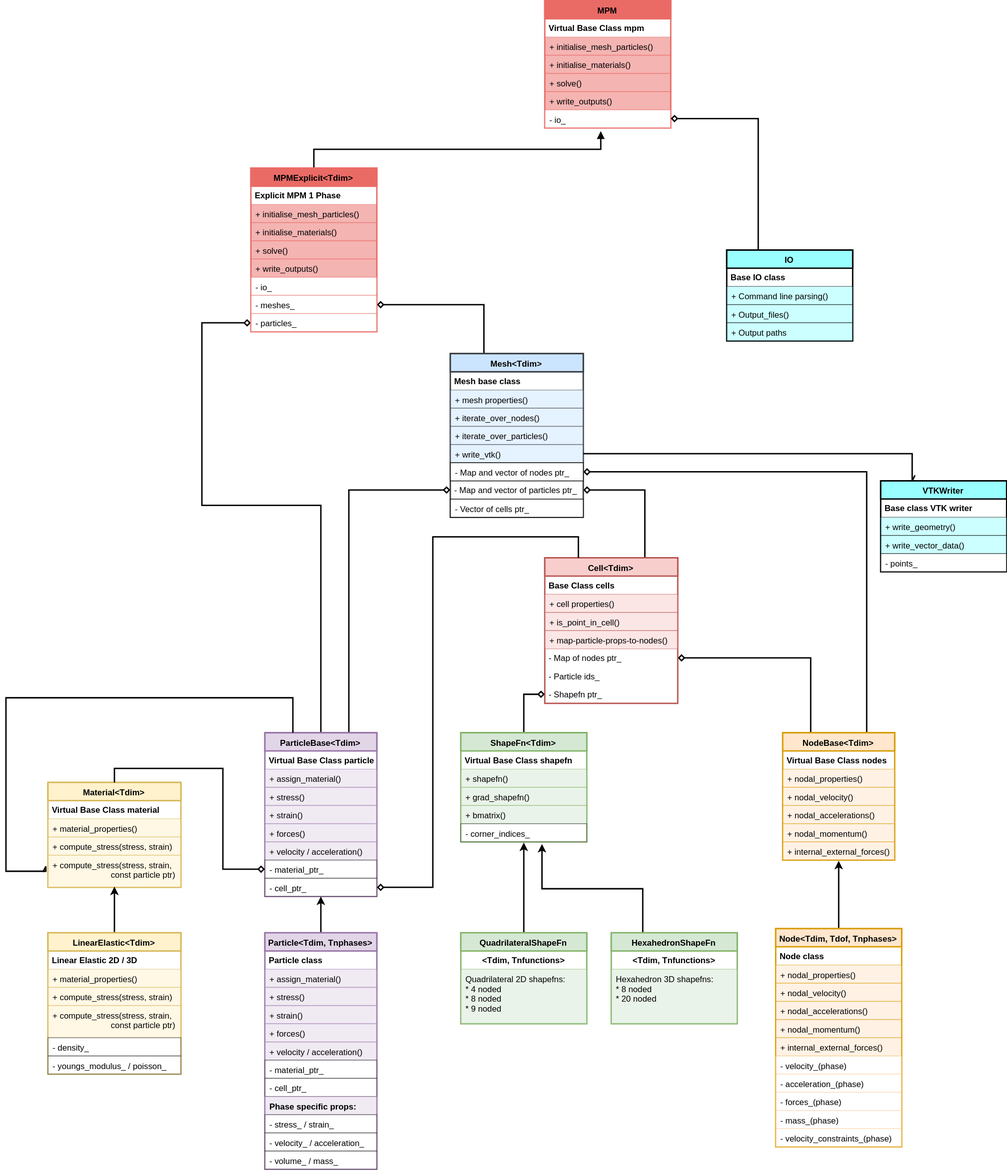
Earlier version of the draw.io export code/media/mpm.svg (cb-geo/mpm-doc). Source tidied: cells renumbered, new cells last; positions are measured from the earlier drawing's top-left corner, leaving out a move shared by most shapes.
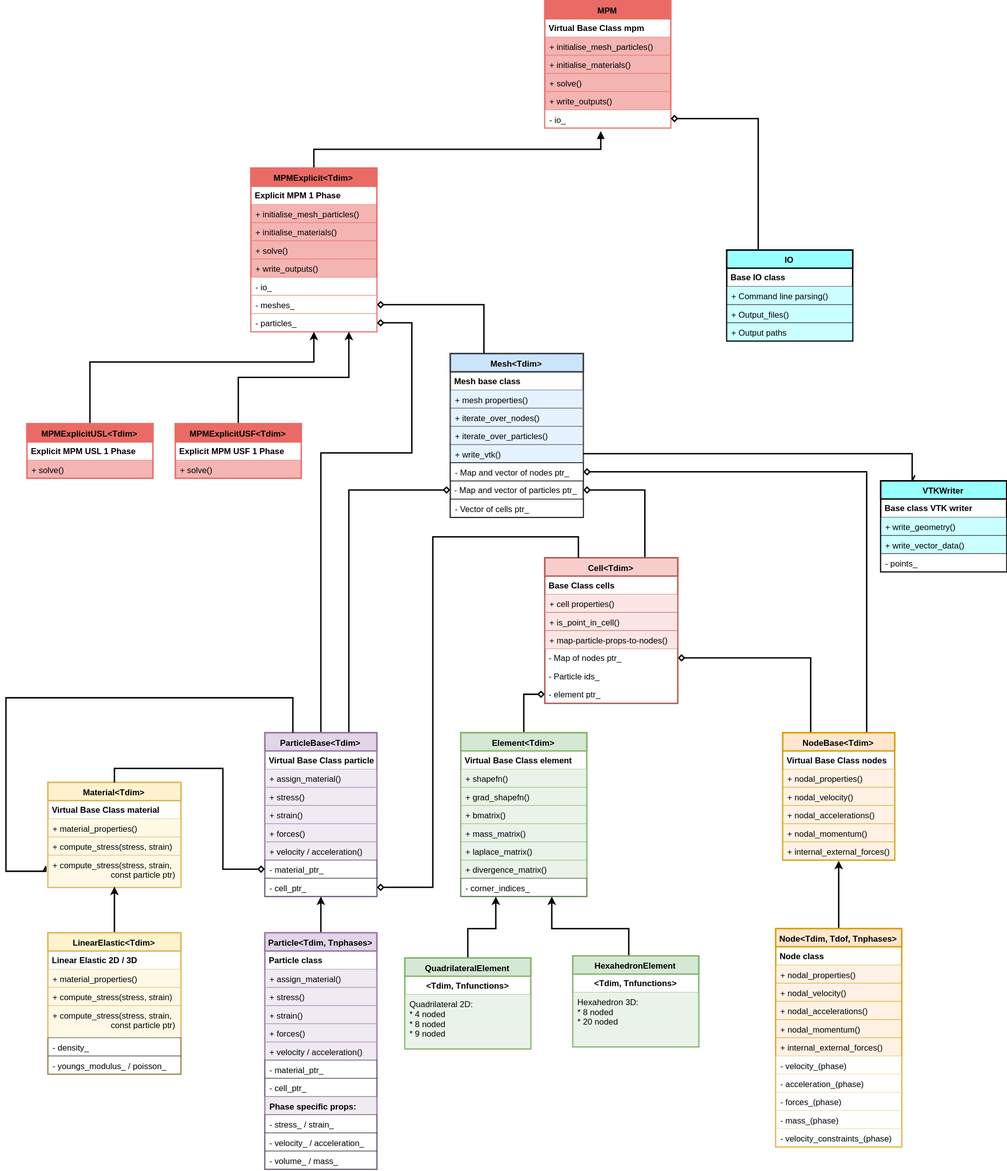
Later version of the same file.

Commit message:
:computer: MPM overview shapefn renamed to element

What changed in the source:
```diff
@@ -5,12 +5,12 @@
     <mxCell id="2" style="edgeStyle=orthogonalEdgeStyle;rounded=0;html=1;exitX=0.75;exitY=0;entryX=0;entryY=0.5;endArrow=diamond;endFill=0;jettySize=auto;strokeWidth=2;" parent="1" edge="1" source="4" target="53">
       <mxGeometry relative="1" as="geometry" />
     </mxCell>
-    <mxCell id="3" style="edgeStyle=orthogonalEdgeStyle;rounded=0;html=1;exitX=0.5;exitY=0;entryX=0;entryY=0.5;endArrow=diamond;endFill=0;jettySize=auto;strokeWidth=2;" parent="1" edge="1" source="4" target="72">
+    <mxCell id="3" style="edgeStyle=orthogonalEdgeStyle;rounded=0;html=1;exitX=0.5;exitY=0;entryX=1;entryY=0.5;endArrow=diamond;endFill=0;jettySize=auto;strokeWidth=2;" parent="1" edge="1" source="4" target="72">
       <mxGeometry relative="1" as="geometry">
         <Array as="points">
-          <mxPoint x="450" y="722" />
-          <mxPoint x="280" y="722" />
-          <mxPoint x="280" y="461" />
+          <mxPoint x="450" y="647" />
+          <mxPoint x="580" y="647" />
+          <mxPoint x="580" y="461" />
         </Array>
       </mxGeometry>
     </mxCell>
@@ -97,16 +97,16 @@
     <mxCell id="29" value="- Particle ids_" style="text;strokeColor=none;fillColor=none;align=left;verticalAlign=top;spacingLeft=4;spacingRight=4;overflow=hidden;" parent="23" vertex="1">
       <mxGeometry y="156" width="190" height="26" as="geometry" />
     </mxCell>
-    <mxCell id="30" value="- Shapefn ptr_" style="text;strokeColor=none;fillColor=none;align=left;verticalAlign=top;spacingLeft=4;spacingRight=4;overflow=hidden;points=[[0,0.5],[1,0.5]];portConstraint=eastwest;" parent="23" vertex="1">
+    <mxCell id="30" value="- element ptr_" style="text;strokeColor=none;fillColor=none;align=left;verticalAlign=top;spacingLeft=4;spacingRight=4;overflow=hidden;points=[[0,0.5],[1,0.5]];portConstraint=eastwest;" parent="23" vertex="1">
       <mxGeometry y="182" width="190" height="26" as="geometry" />
     </mxCell>
     <mxCell id="31" style="edgeStyle=orthogonalEdgeStyle;rounded=0;html=1;exitX=0.5;exitY=0;jettySize=auto;endArrow=diamond;endFill=0;strokeWidth=2;" parent="1" edge="1" source="32" target="30">
       <mxGeometry relative="1" as="geometry" />
     </mxCell>
-    <mxCell id="32" value="ShapeFn&lt;Tdim&gt;" style="swimlane;fontStyle=1;align=center;verticalAlign=top;horizontal=1;startSize=26;swimlaneFillColor=#ffffff;fillColor=#d5e8d4;strokeColor=#82b366;strokeWidth=2;" parent="1" vertex="1">
-      <mxGeometry x="650" y="1047" width="180" height="156" as="geometry" />
+    <mxCell id="32" value="Element&lt;Tdim&gt;" style="swimlane;fontStyle=1;align=center;verticalAlign=top;horizontal=1;startSize=26;swimlaneFillColor=#ffffff;fillColor=#d5e8d4;strokeColor=#82b366;strokeWidth=2;" parent="1" vertex="1">
+      <mxGeometry x="650" y="1047" width="180" height="234" as="geometry" />
     </mxCell>
-    <mxCell id="33" value="Virtual Base Class shapefn" style="text;strokeColor=none;fillColor=none;align=left;verticalAlign=top;spacingLeft=4;spacingRight=4;overflow=hidden;fontStyle=1;" parent="32" vertex="1">
+    <mxCell id="33" value="Virtual Base Class element" style="text;strokeColor=none;fillColor=none;align=left;verticalAlign=top;spacingLeft=4;spacingRight=4;overflow=hidden;fontStyle=1;" parent="32" vertex="1">
       <mxGeometry y="26" width="180" height="26" as="geometry" />
     </mxCell>
     <mxCell id="34" value="+ shapefn()" style="text;strokeColor=#82b366;fillColor=#d5e8d4;align=left;verticalAlign=top;spacingLeft=4;spacingRight=4;overflow=hidden;opacity=50;" parent="32" vertex="1">
@@ -118,8 +118,17 @@
     <mxCell id="36" value="+ bmatrix()&#10;" style="text;strokeColor=#82b366;fillColor=#d5e8d4;align=left;verticalAlign=top;spacingLeft=4;spacingRight=4;overflow=hidden;opacity=50;" parent="32" vertex="1">
       <mxGeometry y="104" width="180" height="26" as="geometry" />
     </mxCell>
+    <mxCell id="128" value="+ mass_matrix()&#10;" style="text;strokeColor=#82b366;fillColor=#d5e8d4;align=left;verticalAlign=top;spacingLeft=4;spacingRight=4;overflow=hidden;opacity=50;" parent="32" vertex="1">
+      <mxGeometry y="130" width="180" height="26" as="geometry" />
+    </mxCell>
+    <mxCell id="129" value="+ laplace_matrix()&#10;" style="text;strokeColor=#82b366;fillColor=#d5e8d4;align=left;verticalAlign=top;spacingLeft=4;spacingRight=4;overflow=hidden;opacity=50;" parent="32" vertex="1">
+      <mxGeometry y="156" width="180" height="26" as="geometry" />
+    </mxCell>
+    <mxCell id="130" value="+ divergence_matrix()&#10;" style="text;strokeColor=#82b366;fillColor=#d5e8d4;align=left;verticalAlign=top;spacingLeft=4;spacingRight=4;overflow=hidden;opacity=50;" parent="32" vertex="1">
+      <mxGeometry y="182" width="180" height="26" as="geometry" />
+    </mxCell>
     <mxCell id="37" value="- corner_indices_" style="text;strokeColor=#000000;fillColor=#ffffff;align=left;verticalAlign=top;spacingLeft=4;spacingRight=4;overflow=hidden;opacity=50;" parent="32" vertex="1">
-      <mxGeometry y="130" width="180" height="26" as="geometry" />
+      <mxGeometry y="208" width="180" height="26" as="geometry" />
     </mxCell>
     <mxCell id="38" value="Material&lt;Tdim&gt;" style="swimlane;fontStyle=1;align=center;verticalAlign=top;horizontal=1;startSize=26;swimlaneFillColor=#ffffff;fillColor=#fff2cc;strokeColor=#d6b656;strokeWidth=2;" parent="1" vertex="1">
       <mxGeometry x="60" y="1118" width="190" height="150" as="geometry" />
@@ -276,35 +285,39 @@
     <mxCell id="84" style="edgeStyle=orthogonalEdgeStyle;rounded=0;html=1;exitX=1;exitY=0.5;entryX=0.25;entryY=0;endArrow=openAsync;endFill=0;jettySize=auto;strokeWidth=2;" parent="1" edge="1" source="51" target="79">
       <mxGeometry relative="1" as="geometry" />
     </mxCell>
-    <mxCell id="85" style="edgeStyle=orthogonalEdgeStyle;rounded=0;html=1;exitX=0.5;exitY=0;jettySize=auto;strokeWidth=2;" parent="1" edge="1" source="86">
-      <mxGeometry relative="1" as="geometry">
-        <mxPoint x="740" y="1204" as="targetPoint" />
-        <Array as="points">
-          <mxPoint x="740" y="1204" />
-        </Array>
-      </mxGeometry>
-    </mxCell>
+    <mxCell id="131" style="edgeStyle=orthogonalEdgeStyle;rounded=0;html=1;exitX=0.5;exitY=0;jettySize=auto;strokeWidth=2;" parent="1" edge="1" source="86" target="32">
+      <mxGeometry relative="1" as="geometry">
+        <Array as="points">
+          <mxPoint x="660" y="1327" />
+          <mxPoint x="700" y="1327" />
+        </Array>
+      </mxGeometry>
+    </mxCell>
-    <mxCell id="86" value="QuadrilateralShapeFn" style="swimlane;fontStyle=1;align=center;verticalAlign=top;horizontal=1;startSize=26;swimlaneFillColor=#ffffff;fillColor=#d5e8d4;strokeColor=#82b366;strokeWidth=2;" parent="1" vertex="1">
-      <mxGeometry x="650" y="1333" width="180" height="130" as="geometry" />
+    <mxCell id="86" value="QuadrilateralElement" style="swimlane;fontStyle=1;align=center;verticalAlign=top;horizontal=1;startSize=26;swimlaneFillColor=#ffffff;fillColor=#d5e8d4;strokeColor=#82b366;strokeWidth=2;" parent="1" vertex="1">
+      <mxGeometry x="570" y="1369" width="180" height="130" as="geometry" />
     </mxCell>
     <mxCell id="87" value="&lt;Tdim, Tnfunctions&gt;" style="text;strokeColor=none;fillColor=none;align=center;verticalAlign=top;spacingLeft=4;spacingRight=4;overflow=hidden;fontStyle=1;" parent="86" vertex="1">
       <mxGeometry y="26" width="180" height="26" as="geometry" />
     </mxCell>
-    <mxCell id="88" value="Quadrilateral 2D shapefns:&#10;* 4 noded&#10;* 8 noded&#10;* 9 noded&#10;&#10;" style="text;strokeColor=#82b366;fillColor=#d5e8d4;align=left;verticalAlign=top;spacingLeft=4;spacingRight=4;overflow=hidden;opacity=50;" parent="86" vertex="1">
+    <mxCell id="88" value="Quadrilateral 2D:&#10;* 4 noded&#10;* 8 noded&#10;* 9 noded&#10;&#10;" style="text;strokeColor=#82b366;fillColor=#d5e8d4;align=left;verticalAlign=top;spacingLeft=4;spacingRight=4;overflow=hidden;opacity=50;" parent="86" vertex="1">
       <mxGeometry y="52" width="180" height="78" as="geometry" />
     </mxCell>
-    <mxCell id="89" style="edgeStyle=orthogonalEdgeStyle;rounded=0;jumpSize=2;html=1;exitX=0.25;exitY=0;jettySize=auto;strokeWidth=2;" parent="1" edge="1" source="90">
-      <mxGeometry relative="1" as="geometry">
-        <mxPoint x="766" y="1206" as="targetPoint" />
-      </mxGeometry>
-    </mxCell>
+    <mxCell id="132" style="edgeStyle=orthogonalEdgeStyle;rounded=0;html=1;exitX=0.5;exitY=0;jettySize=auto;strokeWidth=2;" parent="1" edge="1" source="90" target="32">
+      <mxGeometry relative="1" as="geometry">
+        <Array as="points">
+          <mxPoint x="890" y="1366" />
+          <mxPoint x="890" y="1327" />
+          <mxPoint x="780" y="1327" />
+        </Array>
+      </mxGeometry>
+    </mxCell>
-    <mxCell id="90" value="HexahedronShapeFn" style="swimlane;fontStyle=1;align=center;verticalAlign=top;horizontal=1;startSize=26;swimlaneFillColor=#ffffff;fillColor=#d5e8d4;strokeColor=#82b366;strokeWidth=2;" parent="1" vertex="1">
-      <mxGeometry x="865" y="1333" width="180" height="130" as="geometry" />
+    <mxCell id="90" value="HexahedronElement" style="swimlane;fontStyle=1;align=center;verticalAlign=top;horizontal=1;startSize=26;swimlaneFillColor=#ffffff;fillColor=#d5e8d4;strokeColor=#82b366;strokeWidth=2;" parent="1" vertex="1">
+      <mxGeometry x="810" y="1366" width="180" height="130" as="geometry" />
     </mxCell>
     <mxCell id="91" value="&lt;Tdim, Tnfunctions&gt;" style="text;strokeColor=none;fillColor=none;align=center;verticalAlign=top;spacingLeft=4;spacingRight=4;overflow=hidden;fontStyle=1;" parent="90" vertex="1">
       <mxGeometry y="26" width="180" height="26" as="geometry" />
     </mxCell>
-    <mxCell id="92" value="Hexahedron 3D shapefns:&#10;* 8 noded&#10;* 20 noded&#10;&#10;" style="text;strokeColor=#82b366;fillColor=#d5e8d4;align=left;verticalAlign=top;spacingLeft=4;spacingRight=4;overflow=hidden;opacity=50;" parent="90" vertex="1">
+    <mxCell id="92" value="Hexahedron 3D:&#10;* 8 noded&#10;* 20 noded&#10;&#10;" style="text;strokeColor=#82b366;fillColor=#d5e8d4;align=left;verticalAlign=top;spacingLeft=4;spacingRight=4;overflow=hidden;opacity=50;" parent="90" vertex="1">
       <mxGeometry y="52" width="180" height="78" as="geometry" />
     </mxCell>
     <mxCell id="93" style="edgeStyle=orthogonalEdgeStyle;rounded=0;html=1;exitX=0.5;exitY=0;jettySize=auto;strokeWidth=2;" parent="1" edge="1" source="94">
@@ -417,5 +430,39 @@
     <mxCell id="127" value="- youngs_modulus_ / poisson_" style="text;strokeColor=#000000;fillColor=#ffffff;align=left;verticalAlign=top;spacingLeft=4;spacingRight=4;overflow=hidden;fontStyle=0;opacity=50;" parent="121" vertex="1">
       <mxGeometry y="176" width="190" height="26" as="geometry" />
     </mxCell>
+    <mxCell id="133" style="edgeStyle=orthogonalEdgeStyle;rounded=0;html=1;exitX=0.5;exitY=0;jettySize=auto;strokeWidth=2;" parent="1" edge="1" source="134" target="64">
+      <mxGeometry relative="1" as="geometry">
+        <Array as="points">
+          <mxPoint x="120" y="517" />
+          <mxPoint x="440" y="517" />
+        </Array>
+      </mxGeometry>
+    </mxCell>
+    <mxCell id="134" value="MPMExplicitUSL&lt;Tdim&gt;" style="swimlane;fontStyle=1;align=center;verticalAlign=top;horizontal=1;startSize=26;swimlaneFillColor=#ffffff;fillColor=#EA6B66;strokeColor=#EA6B66;strokeWidth=2;" parent="1" vertex="1">
+      <mxGeometry x="30" y="605.2" width="180" height="78" as="geometry" />
+    </mxCell>
+    <mxCell id="135" value="Explicit MPM USL 1 Phase" style="text;strokeColor=none;fillColor=none;align=left;verticalAlign=top;spacingLeft=4;spacingRight=4;overflow=hidden;fontStyle=1;" parent="134" vertex="1">
+      <mxGeometry y="26" width="180" height="26" as="geometry" />
+    </mxCell>
+    <mxCell id="136" value="+ solve()&#10;" style="text;strokeColor=#EA6B66;fillColor=#EA6B66;align=left;verticalAlign=top;spacingLeft=4;spacingRight=4;overflow=hidden;opacity=50;" parent="134" vertex="1">
+      <mxGeometry y="52" width="180" height="26" as="geometry" />
+    </mxCell>
+    <mxCell id="137" style="edgeStyle=orthogonalEdgeStyle;rounded=0;html=1;exitX=0.5;exitY=0;jettySize=auto;strokeWidth=2;" parent="1" edge="1" source="138" target="64">
+      <mxGeometry relative="1" as="geometry">
+        <Array as="points">
+          <mxPoint x="332" y="539" />
+          <mxPoint x="490" y="539" />
+        </Array>
+      </mxGeometry>
+    </mxCell>
+    <mxCell id="138" value="MPMExplicitUSF&lt;Tdim&gt;" style="swimlane;fontStyle=1;align=center;verticalAlign=top;horizontal=1;startSize=26;swimlaneFillColor=#ffffff;fillColor=#EA6B66;strokeColor=#EA6B66;strokeWidth=2;" parent="1" vertex="1">
+      <mxGeometry x="242" y="605.2" width="180" height="78" as="geometry" />
+    </mxCell>
+    <mxCell id="139" value="Explicit MPM USF 1 Phase" style="text;strokeColor=none;fillColor=none;align=left;verticalAlign=top;spacingLeft=4;spacingRight=4;overflow=hidden;fontStyle=1;" parent="138" vertex="1">
+      <mxGeometry y="26" width="180" height="26" as="geometry" />
+    </mxCell>
+    <mxCell id="140" value="+ solve()&#10;" style="text;strokeColor=#EA6B66;fillColor=#EA6B66;align=left;verticalAlign=top;spacingLeft=4;spacingRight=4;overflow=hidden;opacity=50;" parent="138" vertex="1">
+      <mxGeometry y="52" width="180" height="26" as="geometry" />
+    </mxCell>
   </root>
 </mxGraphModel>
```
